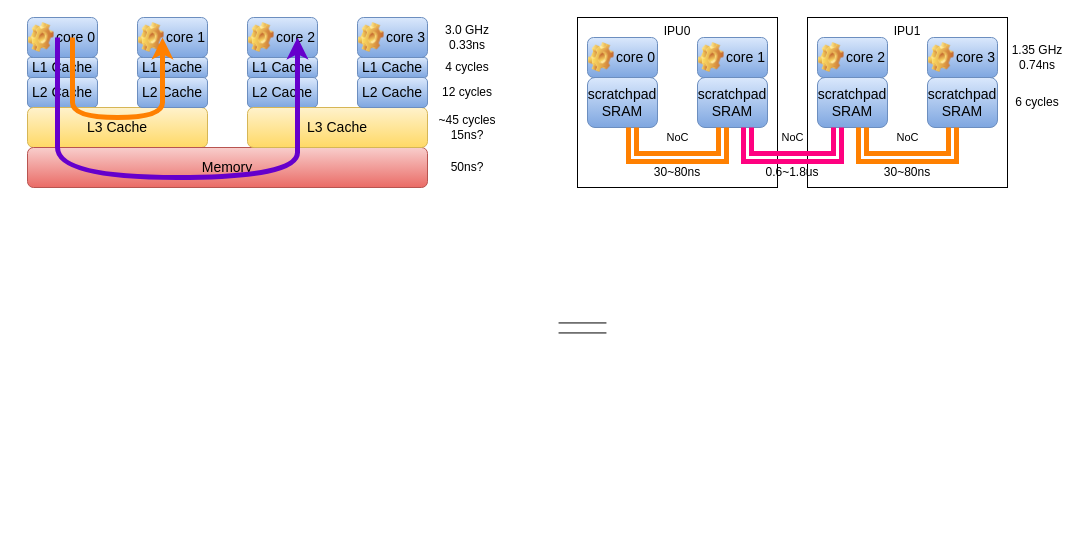
Above: verilator_digrams/通信方案.drawio in Dercury/CLDK (draw.io), before the change. Source tidied: cells renumbered, new cells numbered last; positions are measured from the earlier drawing's top-left corner, leaving out a move shared by most shapes. Both pictures are drawn from the tidied source at 100%, with x=0, y=0 at pixel (27, 17).
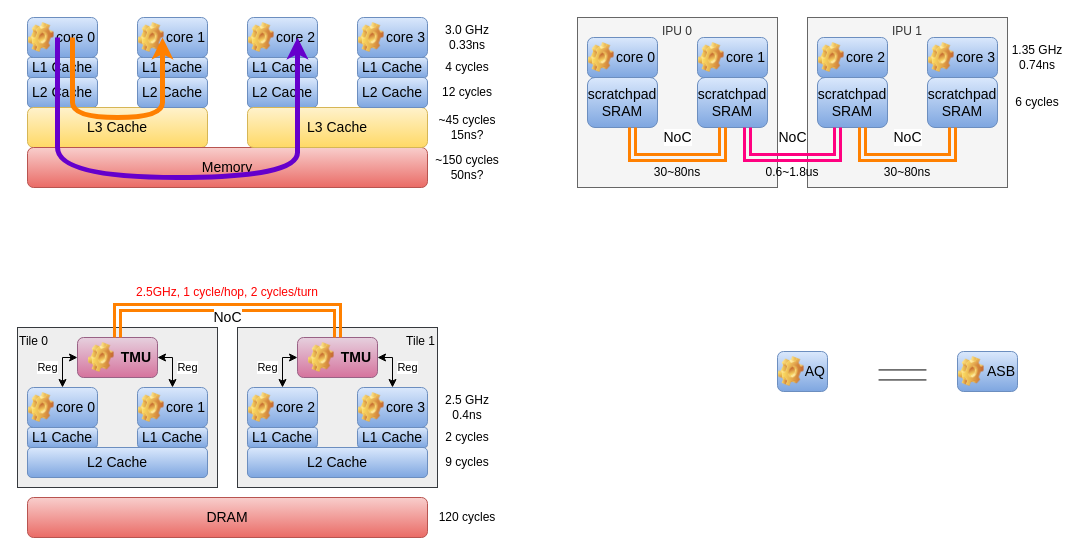
The same diagram, later.

Commit message (it also covers changes not shown here):
更新通信方案.drawio

Unchanged cells that the change refers to:
```xml
<mxCell id="49" style="group;" parent="1" vertex="1">
  <mxGeometry x="835" y="110" width="90" height="60" as="geometry" />
</mxCell>
<mxCell id="52" style="group;" parent="1" vertex="1">
  <mxGeometry x="720" y="110" width="90" height="60" as="geometry" />
</mxCell>
```

What changed in the source:
```diff
@@
+    <mxCell id="62" value="Tile 1" style="rounded=0;whiteSpace=wrap;html=1;verticalAlign=top;fillColor=#eeeeee;strokeColor=#36393d;align=right;" parent="1" vertex="1">
+      <mxGeometry x="210" y="310" width="200" height="160" as="geometry" />
+    </mxCell>
+    <mxCell id="63" value="Tile 0" style="rounded=0;whiteSpace=wrap;html=1;verticalAlign=top;fillColor=#eeeeee;strokeColor=#36393d;align=left;" parent="1" vertex="1">
+      <mxGeometry x="-10" y="310" width="200" height="160" as="geometry" />
+    </mxCell>
-    <mxCell id="2" value="IPU1" style="rounded=0;whiteSpace=wrap;html=1;verticalAlign=top;" parent="1" vertex="1">
+    <mxCell id="2" value="IPU 1" style="rounded=0;whiteSpace=wrap;html=1;verticalAlign=top;fillColor=#f5f5f5;fontColor=#333333;strokeColor=#666666;" parent="1" vertex="1">
       <mxGeometry x="780" width="200" height="170" as="geometry" />
     </mxCell>
-    <mxCell id="3" value="IPU0" style="rounded=0;whiteSpace=wrap;html=1;verticalAlign=top;" parent="1" vertex="1">
+    <mxCell id="3" value="IPU 0" style="rounded=0;whiteSpace=wrap;html=1;verticalAlign=top;fillColor=#f5f5f5;fontColor=#333333;strokeColor=#666666;" parent="1" vertex="1">
       <mxGeometry x="550" width="200" height="170" as="geometry" />
     </mxCell>
@@
     <mxCell id="19" style="shape=partialRectangle;whiteSpace=wrap;html=1;top=0;bottom=0;fillColor=none;rotation=90;" parent="1" vertex="1">
-      <mxGeometry x="550" y="287" width="10" height="46.9" as="geometry" />
+      <mxGeometry x="870" y="334" width="10" height="46.9" as="geometry" />
     </mxCell>
@@
-    <mxCell id="46" style="group;" parent="1" vertex="1">
+    <mxCell id="46" style="group;fontSize=12;" parent="1" vertex="1">
       <mxGeometry x="605" y="110" width="90" height="60" as="geometry" />
     </mxCell>
-    <mxCell id="47" value="NoC" style="curved=1;endArrow=classic;html=1;rounded=0;strokeColor=#FF8000;strokeWidth=5;shape=link;" parent="46" edge="1">
+    <mxCell id="47" value="NoC" style="curved=1;endArrow=classic;html=1;rounded=0;strokeColor=#FF8000;strokeWidth=3;shape=link;fontSize=14;" parent="46" edge="1">
       <mxGeometry y="20" relative="1" as="geometry">
         <mxPoint as="sourcePoint" />
         <mxPoint x="90" as="targetPoint" />
         <Array as="points">
           <mxPoint />
           <mxPoint y="30" />
           <mxPoint x="90" y="30" />
           <mxPoint x="90" />
         </Array>
       </mxGeometry>
     </mxCell>
@@
-    <mxCell id="50" value="NoC" style="curved=1;endArrow=classic;html=1;rounded=0;strokeColor=#FF8000;strokeWidth=5;shape=link;" parent="49" edge="1">
+    <mxCell id="50" value="NoC" style="curved=1;endArrow=classic;html=1;rounded=0;strokeColor=#FF8000;strokeWidth=3;shape=link;fontSize=14;" parent="49" edge="1">
       <mxGeometry y="20" relative="1" as="geometry">
         <mxPoint as="sourcePoint" />
         <mxPoint x="90" as="targetPoint" />
         <Array as="points">
           <mxPoint />
           <mxPoint y="30" />
           <mxPoint x="90" y="30" />
           <mxPoint x="90" />
         </Array>
       </mxGeometry>
     </mxCell>
@@
-    <mxCell id="53" value="NoC" style="curved=1;endArrow=classic;html=1;rounded=0;strokeColor=#FF0080;strokeWidth=5;shape=link;" parent="52" edge="1">
+    <mxCell id="53" value="NoC" style="curved=1;endArrow=classic;html=1;rounded=0;strokeColor=#FF0080;strokeWidth=3;shape=link;fontSize=14;" parent="52" edge="1">
       <mxGeometry y="20" relative="1" as="geometry">
         <mxPoint as="sourcePoint" />
         <mxPoint x="90" as="targetPoint" />
         <Array as="points">
           <mxPoint />
           <mxPoint y="30" />
           <mxPoint x="90" y="30" />
           <mxPoint x="90" />
         </Array>
       </mxGeometry>
     </mxCell>
@@
-    <mxCell id="58" value="&lt;div&gt;50ns?&lt;/div&gt;" style="text;html=1;align=center;verticalAlign=middle;whiteSpace=wrap;rounded=0;" parent="1" vertex="1">
-      <mxGeometry x="410" y="135" width="60" height="30" as="geometry" />
+    <mxCell id="58" value="&lt;div&gt;~150 cycles&lt;/div&gt;&lt;div&gt;50ns?&lt;/div&gt;" style="text;html=1;align=center;verticalAlign=middle;whiteSpace=wrap;rounded=0;" parent="1" vertex="1">
+      <mxGeometry x="405" y="135" width="70" height="30" as="geometry" />
     </mxCell>
@@
+    <mxCell id="64" value="L1 Cache" style="rounded=1;whiteSpace=wrap;html=1;fillColor=#dae8fc;gradientColor=#7ea6e0;strokeColor=#6c8ebf;fontSize=14;" parent="1" vertex="1">
+      <mxGeometry y="410" width="70" height="20" as="geometry" />
+    </mxCell>
+    <mxCell id="65" value="L2 Cache" style="rounded=1;whiteSpace=wrap;html=1;fillColor=#dae8fc;gradientColor=#7ea6e0;strokeColor=#6c8ebf;fontSize=14;" parent="1" vertex="1">
+      <mxGeometry y="430" width="180" height="30" as="geometry" />
+    </mxCell>
+    <mxCell id="66" value="L1 Cache" style="rounded=1;whiteSpace=wrap;html=1;fillColor=#dae8fc;gradientColor=#7ea6e0;strokeColor=#6c8ebf;fontSize=14;" parent="1" vertex="1">
+      <mxGeometry x="110" y="410" width="70" height="20" as="geometry" />
+    </mxCell>
+    <mxCell id="67" value="DRAM" style="rounded=1;whiteSpace=wrap;html=1;fontSize=14;fillColor=#f8cecc;gradientColor=#ea6b66;strokeColor=#b85450;" parent="1" vertex="1">
+      <mxGeometry y="480" width="400" height="40" as="geometry" />
+    </mxCell>
+    <mxCell id="68" style="group;" parent="1" vertex="1">
+      <mxGeometry y="370" width="70" height="40" as="geometry" />
+    </mxCell>
+    <mxCell id="69" value="core 0" style="rounded=1;whiteSpace=wrap;html=1;fillColor=#dae8fc;gradientColor=#7ea6e0;strokeColor=#6c8ebf;fontSize=14;align=right;" parent="68" vertex="1">
+      <mxGeometry width="70" height="40" as="geometry" />
+    </mxCell>
+    <mxCell id="70" style="shape=image;html=1;verticalLabelPosition=bottom;verticalAlign=top;imageAspect=1;image=img/clipart/Gear_128x128.png;" parent="68" vertex="1">
+      <mxGeometry x="1" y="5" width="25.6" height="30" as="geometry" />
+    </mxCell>
+    <mxCell id="71" style="group;" parent="1" vertex="1">
+      <mxGeometry x="110" y="370" width="70" height="40" as="geometry" />
+    </mxCell>
+    <mxCell id="72" value="core 1" style="rounded=1;whiteSpace=wrap;html=1;fillColor=#dae8fc;gradientColor=#7ea6e0;strokeColor=#6c8ebf;fontSize=14;align=right;" parent="71" vertex="1">
+      <mxGeometry width="70" height="40" as="geometry" />
+    </mxCell>
+    <mxCell id="73" style="shape=image;html=1;verticalLabelPosition=bottom;verticalAlign=top;imageAspect=1;image=img/clipart/Gear_128x128.png;" parent="71" vertex="1">
+      <mxGeometry x="1" y="5" width="25.6" height="30" as="geometry" />
+    </mxCell>
+    <mxCell id="74" value="2 cycles" style="text;html=1;align=center;verticalAlign=middle;whiteSpace=wrap;rounded=0;" parent="1" vertex="1">
+      <mxGeometry x="410" y="405" width="60" height="30" as="geometry" />
+    </mxCell>
+    <mxCell id="75" value="9 cycles" style="text;html=1;align=center;verticalAlign=middle;whiteSpace=wrap;rounded=0;" parent="1" vertex="1">
+      <mxGeometry x="410" y="430" width="60" height="30" as="geometry" />
+    </mxCell>
+    <mxCell id="76" value="&lt;div&gt;120 cycles&lt;/div&gt;" style="text;html=1;align=center;verticalAlign=middle;whiteSpace=wrap;rounded=0;" parent="1" vertex="1">
+      <mxGeometry x="410" y="485" width="60" height="30" as="geometry" />
+    </mxCell>
+    <mxCell id="77" value="2.5 GHz&lt;div&gt;0.4ns&lt;/div&gt;" style="text;html=1;align=center;verticalAlign=middle;whiteSpace=wrap;rounded=0;" parent="1" vertex="1">
+      <mxGeometry x="410" y="375" width="60" height="30" as="geometry" />
+    </mxCell>
+    <mxCell id="78" style="group;" parent="1" vertex="1">
+      <mxGeometry x="750" y="334" width="50" height="40" as="geometry" />
+    </mxCell>
+    <mxCell id="79" value="AQ" style="rounded=1;whiteSpace=wrap;html=1;fillColor=#dae8fc;gradientColor=#7ea6e0;strokeColor=#6c8ebf;fontSize=14;align=right;" parent="78" vertex="1">
+      <mxGeometry width="50" height="40" as="geometry" />
+    </mxCell>
+    <mxCell id="80" style="shape=image;html=1;verticalLabelPosition=bottom;verticalAlign=top;imageAspect=1;image=img/clipart/Gear_128x128.png;" parent="78" vertex="1">
+      <mxGeometry x="1" y="5" width="25.6" height="30" as="geometry" />
+    </mxCell>
+    <mxCell id="81" style="group;" parent="1" vertex="1">
+      <mxGeometry x="930" y="334" width="60" height="40" as="geometry" />
+    </mxCell>
+    <mxCell id="82" value="ASB" style="rounded=1;whiteSpace=wrap;html=1;fillColor=#dae8fc;gradientColor=#7ea6e0;strokeColor=#6c8ebf;fontSize=14;align=right;" parent="81" vertex="1">
+      <mxGeometry width="60" height="40" as="geometry" />
+    </mxCell>
+    <mxCell id="83" style="shape=image;html=1;verticalLabelPosition=bottom;verticalAlign=top;imageAspect=1;image=img/clipart/Gear_128x128.png;" parent="81" vertex="1">
+      <mxGeometry x="1" y="5" width="25.6" height="30" as="geometry" />
+    </mxCell>
+    <mxCell id="84" style="group;" parent="1" vertex="1">
+      <mxGeometry x="50" y="320" width="80" height="40" as="geometry" />
+    </mxCell>
+    <mxCell id="85" value="&lt;b&gt;TMU&amp;nbsp;&lt;/b&gt;" style="rounded=1;whiteSpace=wrap;html=1;fillColor=#e6d0de;gradientColor=#d5739d;strokeColor=#996185;fontSize=14;align=right;" parent="84" vertex="1">
+      <mxGeometry width="80" height="40" as="geometry" />
+    </mxCell>
+    <mxCell id="86" style="shape=image;html=1;verticalLabelPosition=bottom;verticalAlign=top;imageAspect=1;image=img/clipart/Gear_128x128.png;" parent="84" vertex="1">
+      <mxGeometry x="11" y="5" width="25.6" height="30" as="geometry" />
+    </mxCell>
+    <mxCell id="87" value="Reg" style="edgeStyle=orthogonalEdgeStyle;rounded=0;jettySize=auto;html=1;entryX=0.5;entryY=0;entryDx=0;entryDy=0;exitX=0;exitY=0.5;exitDx=0;exitDy=0;startArrow=classic;startFill=1;" parent="1" edge="1" source="85" target="69">
+      <mxGeometry x="0.11" y="-15" relative="1" as="geometry" />
+    </mxCell>
+    <mxCell id="88" value="Reg" style="edgeStyle=orthogonalEdgeStyle;rounded=0;jettySize=auto;html=1;exitX=1;exitY=0.5;exitDx=0;exitDy=0;entryX=0.5;entryY=0;entryDx=0;entryDy=0;startArrow=classic;startFill=1;" parent="1" edge="1" source="85" target="72">
+      <mxGeometry x="0.11" y="15" relative="1" as="geometry" />
+    </mxCell>
+    <mxCell id="89" value="L1 Cache" style="rounded=1;whiteSpace=wrap;html=1;fillColor=#dae8fc;gradientColor=#7ea6e0;strokeColor=#6c8ebf;fontSize=14;" parent="1" vertex="1">
+      <mxGeometry x="220" y="410" width="70" height="20" as="geometry" />
+    </mxCell>
+    <mxCell id="90" value="L2 Cache" style="rounded=1;whiteSpace=wrap;html=1;fillColor=#dae8fc;gradientColor=#7ea6e0;strokeColor=#6c8ebf;fontSize=14;" parent="1" vertex="1">
+      <mxGeometry x="220" y="430" width="180" height="30" as="geometry" />
+    </mxCell>
+    <mxCell id="91" value="L1 Cache" style="rounded=1;whiteSpace=wrap;html=1;fillColor=#dae8fc;gradientColor=#7ea6e0;strokeColor=#6c8ebf;fontSize=14;" parent="1" vertex="1">
+      <mxGeometry x="330" y="410" width="70" height="20" as="geometry" />
+    </mxCell>
+    <mxCell id="92" style="group;" parent="1" vertex="1">
+      <mxGeometry x="220" y="370" width="70" height="40" as="geometry" />
+    </mxCell>
+    <mxCell id="93" value="core 2" style="rounded=1;whiteSpace=wrap;html=1;fillColor=#dae8fc;gradientColor=#7ea6e0;strokeColor=#6c8ebf;fontSize=14;align=right;" parent="92" vertex="1">
+      <mxGeometry width="70" height="40" as="geometry" />
+    </mxCell>
+    <mxCell id="94" style="shape=image;html=1;verticalLabelPosition=bottom;verticalAlign=top;imageAspect=1;image=img/clipart/Gear_128x128.png;" parent="92" vertex="1">
+      <mxGeometry x="1" y="5" width="25.6" height="30" as="geometry" />
+    </mxCell>
+    <mxCell id="95" style="group;" parent="1" vertex="1">
+      <mxGeometry x="330" y="370" width="70" height="40" as="geometry" />
+    </mxCell>
+    <mxCell id="96" value="core 3" style="rounded=1;whiteSpace=wrap;html=1;fillColor=#dae8fc;gradientColor=#7ea6e0;strokeColor=#6c8ebf;fontSize=14;align=right;" parent="95" vertex="1">
+      <mxGeometry width="70" height="40" as="geometry" />
+    </mxCell>
+    <mxCell id="97" style="shape=image;html=1;verticalLabelPosition=bottom;verticalAlign=top;imageAspect=1;image=img/clipart/Gear_128x128.png;" parent="95" vertex="1">
+      <mxGeometry x="1" y="5" width="25.6" height="30" as="geometry" />
+    </mxCell>
+    <mxCell id="98" style="group;" parent="1" vertex="1">
+      <mxGeometry x="270" y="320" width="80" height="40" as="geometry" />
+    </mxCell>
+    <mxCell id="99" value="&lt;b&gt;TMU&amp;nbsp;&lt;/b&gt;" style="rounded=1;whiteSpace=wrap;html=1;fillColor=#e6d0de;gradientColor=#d5739d;strokeColor=#996185;fontSize=14;align=right;" parent="98" vertex="1">
+      <mxGeometry width="80" height="40" as="geometry" />
+    </mxCell>
+    <mxCell id="100" style="shape=image;html=1;verticalLabelPosition=bottom;verticalAlign=top;imageAspect=1;image=img/clipart/Gear_128x128.png;" parent="98" vertex="1">
+      <mxGeometry x="11" y="5" width="25.6" height="30" as="geometry" />
+    </mxCell>
+    <mxCell id="101" value="Reg" style="edgeStyle=orthogonalEdgeStyle;rounded=0;jettySize=auto;html=1;entryX=0.5;entryY=0;entryDx=0;entryDy=0;exitX=0;exitY=0.5;exitDx=0;exitDy=0;startArrow=classic;startFill=1;" parent="1" edge="1" source="99" target="93">
+      <mxGeometry x="0.11" y="-15" relative="1" as="geometry" />
+    </mxCell>
+    <mxCell id="102" value="Reg" style="edgeStyle=orthogonalEdgeStyle;rounded=0;jettySize=auto;html=1;exitX=1;exitY=0.5;exitDx=0;exitDy=0;entryX=0.5;entryY=0;entryDx=0;entryDy=0;startArrow=classic;startFill=1;" parent="1" edge="1" source="99" target="96">
+      <mxGeometry x="0.11" y="15" relative="1" as="geometry" />
+    </mxCell>
+    <mxCell id="103" value="NoC" style="curved=1;endArrow=classic;html=1;rounded=0;strokeColor=#FF8000;strokeWidth=3;exitX=0.5;exitY=0;exitDx=0;exitDy=0;shape=link;fontSize=14;" parent="1" edge="1" source="99">
+      <mxGeometry y="10" relative="1" as="geometry">
+        <mxPoint x="90" y="320" as="targetPoint" />
+        <Array as="points">
+          <mxPoint x="310" y="290" />
+          <mxPoint x="250" y="290" />
+          <mxPoint x="180" y="290" />
+          <mxPoint x="130" y="290" />
+          <mxPoint x="90" y="290" />
+          <mxPoint x="90" y="320" />
+        </Array>
+      </mxGeometry>
+    </mxCell>
+    <mxCell id="104" value="2.5GHz, 1 cycle/hop, 2 cycles/turn" style="text;html=1;align=center;verticalAlign=middle;whiteSpace=wrap;rounded=0;fontColor=#FF0000;" parent="1" vertex="1">
+      <mxGeometry x="95" y="260" width="210" height="30" as="geometry" />
+    </mxCell>
```
